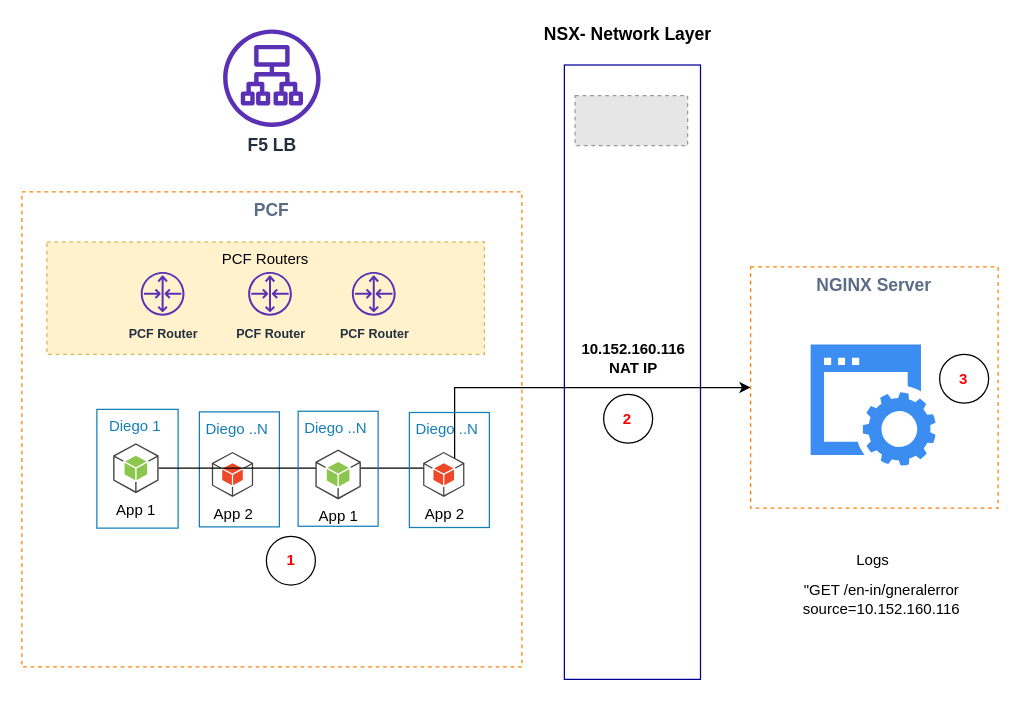
rama78/drawio keeps this draw.io diagram as PCF_VM_TICKET.drawio. Above is the earlier version. Source tidied: cells renumbered, new cells numbered last; positions are measured from the earlier drawing's top-left corner, leaving out a move shared by most shapes. Both pictures are drawn from the tidied source at 125%, with x=0, y=0 at pixel (21, 21). Pictures stored in the file or linked from it are replaced by grey dashed boxes.
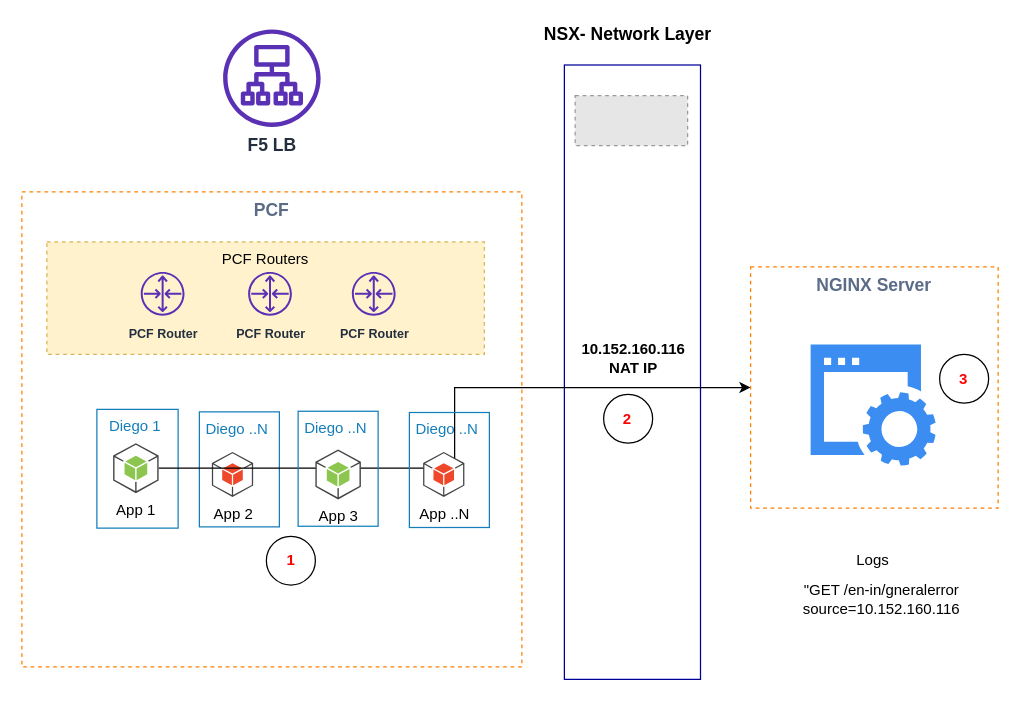
Above is the later version.

Diff of the diagram source:
```diff
@@
-    <mxCell id="18" value="&lt;font style=&quot;font-size: 12px;&quot;&gt;App 1&lt;/font&gt;" style="dashed=0;verticalLabelPosition=bottom;verticalAlign=top;align=center;html=1;shape=mxgraph.aws3.android;fillColor=#8CC64F;gradientColor=none;" parent="1" vertex="1">
+    <mxCell id="18" value="&lt;font style=&quot;font-size: 12px;&quot;&gt;App 3&lt;/font&gt;" style="dashed=0;verticalLabelPosition=bottom;verticalAlign=top;align=center;html=1;shape=mxgraph.aws3.android;fillColor=#8CC64F;gradientColor=none;" parent="1" vertex="1">
       <mxGeometry x="234.8" y="342" width="36.4" height="40" as="geometry" />
     </mxCell>
-    <mxCell id="19" value="App 2" style="dashed=0;verticalLabelPosition=bottom;verticalAlign=top;align=center;html=1;shape=mxgraph.aws3.android;fillColor=#EE472A;gradientColor=none;" parent="1" vertex="1">
+    <mxCell id="19" value="App ..N" style="dashed=0;verticalLabelPosition=bottom;verticalAlign=top;align=center;html=1;shape=mxgraph.aws3.android;fillColor=#EE472A;gradientColor=none;" parent="1" vertex="1">
       <mxGeometry x="321" y="344" width="33" height="36" as="geometry" />
     </mxCell>
```
